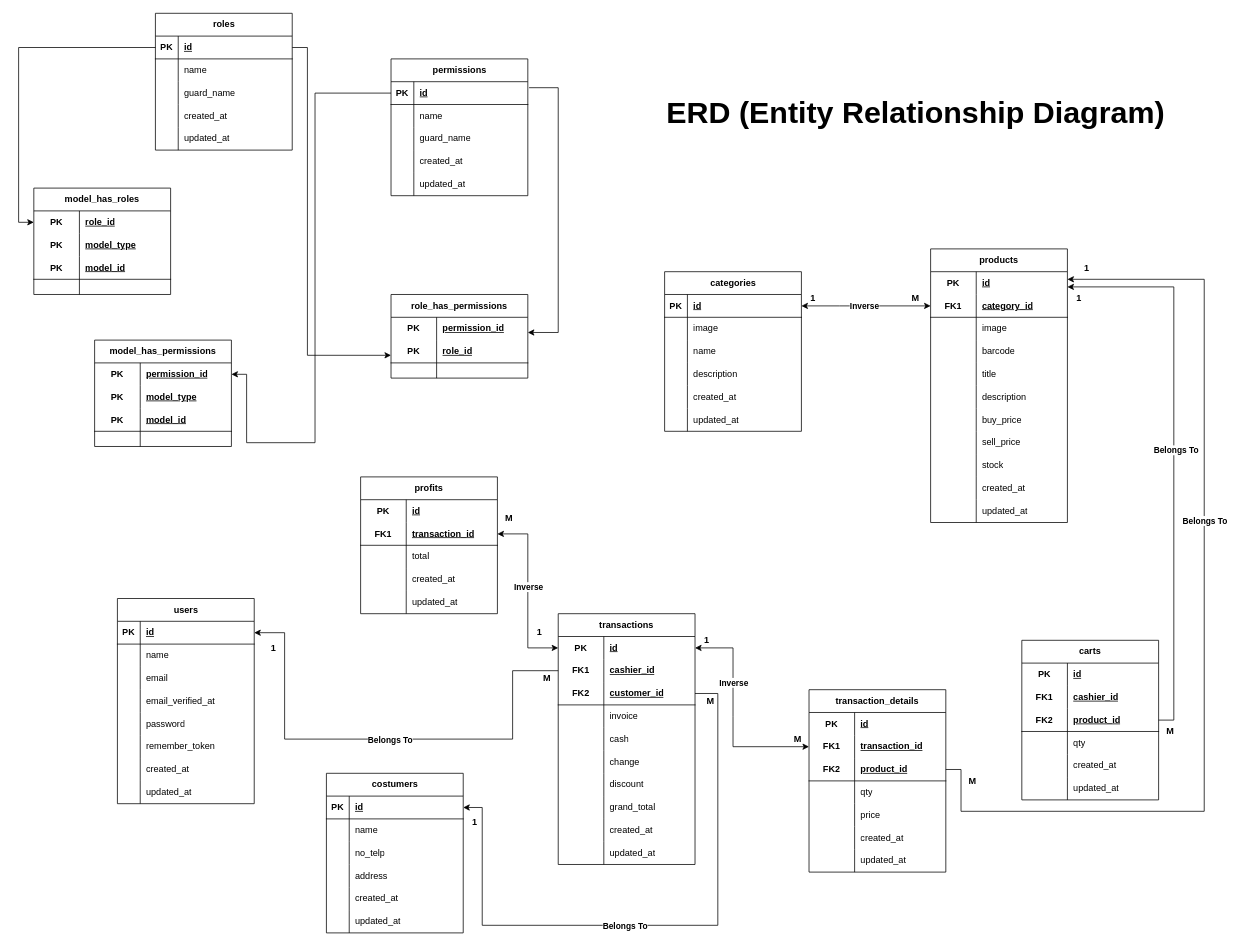
Earlier version of the draw.io diagram ERD Struktur Relasi Database.drawio (redhorivai/ERD-Entity-Relationship-Diagram). Source tidied: cells renumbered, new cells numbered last; positions are measured from the earlier drawing's top-left corner, leaving out a move shared by most shapes. Both pictures are drawn from the tidied source at 76%, with x=0, y=0 at pixel (33, 13).
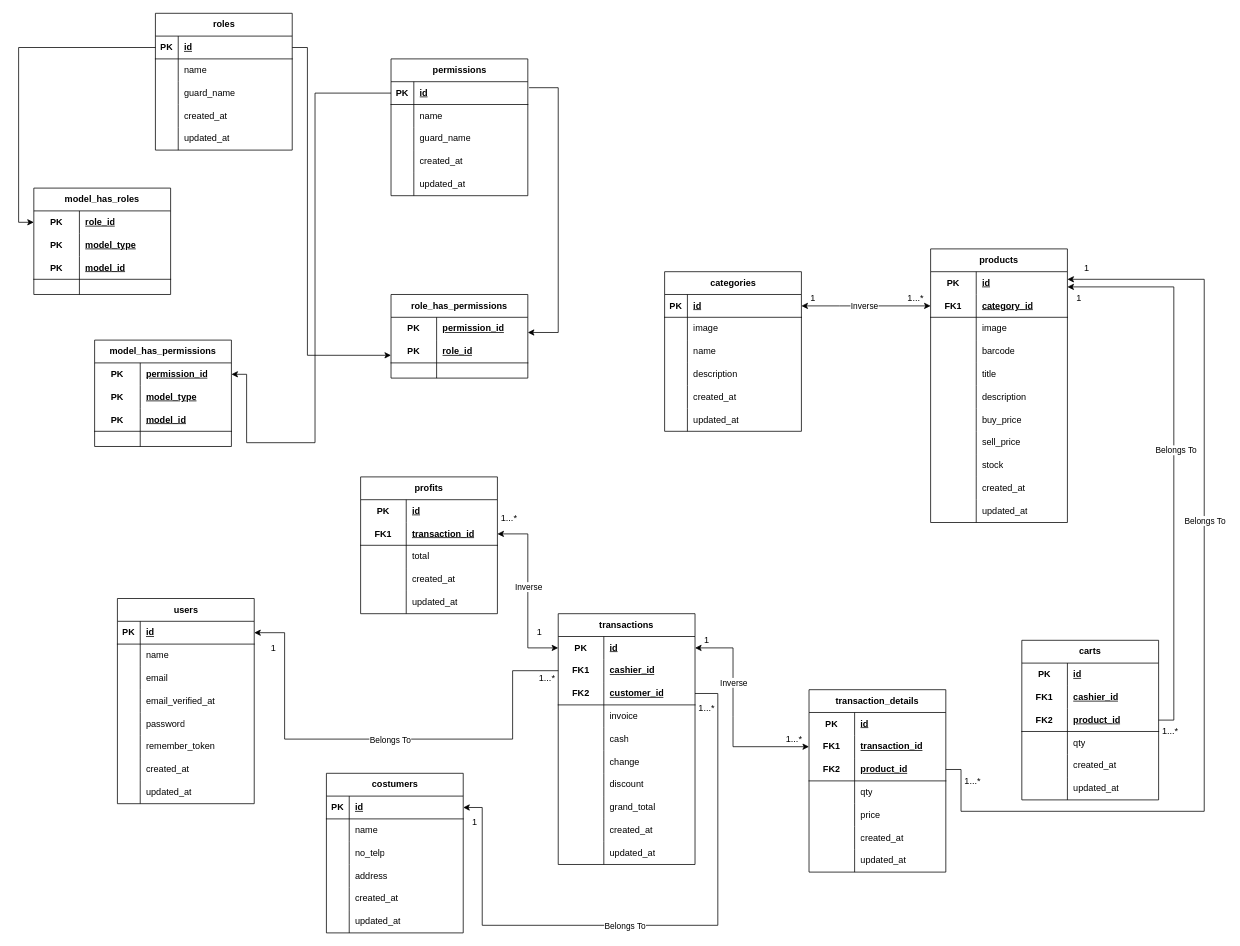
After the change.

Unchanged cells that the change refers to:
```xml
<mxCell id="55" style="endArrow=classic;startArrow=classic;html=1;rounded=0;exitX=1;exitY=0.5;exitDx=0;exitDy=0;entryX=0;entryY=0.5;entryDx=0;entryDy=0;" parent="1" edge="1" source="3" target="25">
  <mxGeometry relative="1" as="geometry">
    <Array as="points">
      <mxPoint x="1060" y="385" />
    </Array>
  </mxGeometry>
</mxCell>
<mxCell id="110" style="endArrow=classic;startArrow=classic;html=1;rounded=0;exitX=1;exitY=0.5;exitDx=0;exitDy=0;entryX=0;entryY=0.5;entryDx=0;entryDy=0;" parent="1" edge="1" source="80" target="61">
  <mxGeometry relative="1" as="geometry">
    <Array as="points">
      <mxPoint x="920" y="835" />
      <mxPoint x="920" y="925" />
      <mxPoint x="920" y="965" />
    </Array>
  </mxGeometry>
</mxCell>
<mxCell id="156" style="edgeStyle=orthogonalEdgeStyle;rounded=0;jettySize=auto;html=1;entryX=1;entryY=0.5;entryDx=0;entryDy=0;" parent="1" edge="1" source="86" target="113">
  <mxGeometry relative="1" as="geometry">
    <Array as="points">
      <mxPoint x="900" y="895" />
      <mxPoint x="900" y="1200" />
      <mxPoint x="590" y="1200" />
      <mxPoint x="590" y="1045" />
    </Array>
  </mxGeometry>
</mxCell>
<mxCell id="158" style="edgeStyle=orthogonalEdgeStyle;rounded=0;jettySize=auto;html=1;entryX=1;entryY=0.5;entryDx=0;entryDy=0;exitX=0;exitY=0.5;exitDx=0;exitDy=0;" parent="1" edge="1" source="83" target="132">
  <mxGeometry relative="1" as="geometry">
    <Array as="points">
      <mxPoint x="630" y="865" />
      <mxPoint x="630" y="955" />
      <mxPoint x="330" y="955" />
      <mxPoint x="330" y="815" />
    </Array>
  </mxGeometry>
</mxCell>
<mxCell id="179" style="edgeStyle=orthogonalEdgeStyle;rounded=0;jettySize=auto;html=1;exitX=1;exitY=0.5;exitDx=0;exitDy=0;" parent="1" edge="1" source="167" target="22">
  <mxGeometry relative="1" as="geometry">
    <Array as="points">
      <mxPoint x="1500" y="930" />
      <mxPoint x="1500" y="360" />
    </Array>
  </mxGeometry>
</mxCell>
<mxCell id="197" style="endArrow=classic;startArrow=classic;html=1;rounded=0;entryX=1;entryY=0.5;entryDx=0;entryDy=0;exitX=0;exitY=0.5;exitDx=0;exitDy=0;" parent="1" edge="1" source="80" target="185">
  <mxGeometry relative="1" as="geometry">
    <Array as="points">
      <mxPoint x="650" y="835" />
      <mxPoint x="650" y="685" />
    </Array>
  </mxGeometry>
</mxCell>
<mxCell id="199" style="edgeStyle=orthogonalEdgeStyle;rounded=0;jettySize=auto;html=1;exitX=1;exitY=0.5;exitDx=0;exitDy=0;" parent="1" edge="1" source="64" target="22">
  <mxGeometry relative="1" as="geometry">
    <Array as="points">
      <mxPoint x="1220" y="995" />
      <mxPoint x="1220" y="1050" />
      <mxPoint x="1540" y="1050" />
      <mxPoint x="1540" y="350" />
    </Array>
  </mxGeometry>
</mxCell>
```

What changed in the source:
```diff
@@
-    <mxCell id="56" value="&lt;b&gt;Inverse&lt;/b&gt;" style="edgeLabel;html=1;align=center;verticalAlign=middle;" parent="55" vertex="1">
+    <mxCell id="56" value="Inverse" style="edgeLabel;html=1;align=center;verticalAlign=middle;" parent="55" vertex="1">
       <mxGeometry x="-0.03" y="1" relative="1" as="geometry" />
     </mxCell>
@@
-    <mxCell id="111" value="&lt;b&gt;Inverse&lt;/b&gt;" style="edgeLabel;html=1;align=center;verticalAlign=middle;" parent="110" vertex="1">
+    <mxCell id="111" value="&lt;span&gt;Inverse&lt;/span&gt;" style="edgeLabel;html=1;align=center;verticalAlign=middle;fontStyle=0;" parent="110" vertex="1">
       <mxGeometry x="-0.24" y="-1" relative="1" as="geometry">
         <mxPoint x="1" y="-11" as="offset" />
       </mxGeometry>
     </mxCell>
@@
-    <mxCell id="157" value="&lt;b&gt;Belongs To&lt;/b&gt;" style="edgeLabel;html=1;align=center;verticalAlign=middle;" parent="156" vertex="1">
+    <mxCell id="157" value="Belongs To" style="edgeLabel;html=1;align=center;verticalAlign=middle;" parent="156" vertex="1">
       <mxGeometry x="0.11" y="1" relative="1" as="geometry" />
     </mxCell>
@@
-    <mxCell id="159" value="&lt;b&gt;Belongs To&lt;/b&gt;" style="edgeLabel;html=1;align=center;verticalAlign=middle;" parent="158" vertex="1">
+    <mxCell id="159" value="&lt;span&gt;Belongs To&lt;/span&gt;" style="edgeLabel;html=1;align=center;verticalAlign=middle;fontStyle=0;" parent="158" vertex="1">
       <mxGeometry x="-0.01" relative="1" as="geometry" />
     </mxCell>
@@
-    <mxCell id="180" value="&lt;b&gt;Belongs To&lt;/b&gt;" style="edgeLabel;html=1;align=center;verticalAlign=middle;" parent="179" vertex="1">
+    <mxCell id="180" value="&lt;span&gt;Belongs To&lt;/span&gt;" style="edgeLabel;html=1;align=center;verticalAlign=middle;fontStyle=0;" parent="179" vertex="1">
       <mxGeometry x="0.03" y="-2" relative="1" as="geometry" />
     </mxCell>
@@
-    <mxCell id="198" value="&lt;b&gt;Inverse&lt;/b&gt;" style="edgeLabel;html=1;align=center;verticalAlign=middle;" parent="197" vertex="1">
+    <mxCell id="198" value="&lt;span&gt;Inverse&lt;/span&gt;" style="edgeLabel;html=1;align=center;verticalAlign=middle;fontStyle=0;" parent="197" vertex="1">
       <mxGeometry x="0.05" relative="1" as="geometry" />
     </mxCell>
@@
-    <mxCell id="200" value="&lt;b&gt;Belongs To&lt;/b&gt;" style="edgeLabel;html=1;align=center;verticalAlign=middle;" parent="199" vertex="1">
+    <mxCell id="200" value="Belongs To" style="edgeLabel;html=1;align=center;verticalAlign=middle;" parent="199" vertex="1">
       <mxGeometry x="0.22" relative="1" as="geometry" />
     </mxCell>
@@
-    <mxCell id="273" value="&lt;b&gt;1&lt;/b&gt;" style="text;html=1;align=center;verticalAlign=middle;strokeColor=none;fillColor=none;" parent="1" vertex="1">
+    <mxCell id="273" value="&lt;span&gt;1&lt;/span&gt;" style="text;html=1;align=center;verticalAlign=middle;strokeColor=none;fillColor=none;fontStyle=0;" parent="1" vertex="1">
       <mxGeometry x="1010" y="360" width="30" height="30" as="geometry" />
     </mxCell>
-    <mxCell id="274" value="&lt;b&gt;M&lt;/b&gt;" style="text;html=1;align=center;verticalAlign=middle;strokeColor=none;fillColor=none;" parent="1" vertex="1">
-      <mxGeometry x="1145" y="360" width="30" height="30" as="geometry" />
+    <mxCell id="274" value="1...*" style="text;html=1;align=center;verticalAlign=middle;strokeColor=none;fillColor=none;" parent="1" vertex="1">
+      <mxGeometry x="1140" y="360" width="40" height="30" as="geometry" />
     </mxCell>
-    <mxCell id="275" value="1" style="text;html=1;align=center;verticalAlign=middle;strokeColor=none;fillColor=none;fontStyle=1;" parent="1" vertex="1">
+    <mxCell id="275" value="1" style="text;html=1;align=center;verticalAlign=middle;strokeColor=none;fillColor=none;fontStyle=0;" parent="1" vertex="1">
       <mxGeometry x="870" y="810" width="30" height="30" as="geometry" />
     </mxCell>
-    <mxCell id="276" value="&lt;b&gt;M&lt;/b&gt;" style="text;html=1;align=center;verticalAlign=middle;strokeColor=none;fillColor=none;" parent="1" vertex="1">
-      <mxGeometry x="990" y="940" width="30" height="30" as="geometry" />
+    <mxCell id="276" value="1...*" style="text;html=1;align=center;verticalAlign=middle;strokeColor=none;fillColor=none;" parent="1" vertex="1">
+      <mxGeometry x="980" y="940" width="40" height="30" as="geometry" />
     </mxCell>
-    <mxCell id="277" value="&lt;b&gt;M&lt;/b&gt;" style="text;html=1;align=center;verticalAlign=middle;strokeColor=none;fillColor=none;" parent="1" vertex="1">
-      <mxGeometry x="875" y="890" width="30" height="30" as="geometry" />
+    <mxCell id="277" value="1...*" style="text;html=1;align=center;verticalAlign=middle;strokeColor=none;fillColor=none;" parent="1" vertex="1">
+      <mxGeometry x="865" y="900" width="40" height="30" as="geometry" />
     </mxCell>
-    <mxCell id="278" value="&lt;b&gt;1&lt;/b&gt;" style="text;html=1;align=center;verticalAlign=middle;strokeColor=none;fillColor=none;" parent="1" vertex="1">
+    <mxCell id="278" value="1" style="text;html=1;align=center;verticalAlign=middle;strokeColor=none;fillColor=none;" parent="1" vertex="1">
       <mxGeometry x="565" y="1050" width="30" height="30" as="geometry" />
     </mxCell>
-    <mxCell id="279" value="&lt;b&gt;M&lt;/b&gt;" style="text;html=1;align=center;verticalAlign=middle;strokeColor=none;fillColor=none;" parent="1" vertex="1">
-      <mxGeometry x="660" y="860" width="30" height="30" as="geometry" />
+    <mxCell id="279" value="1...*" style="text;html=1;align=center;verticalAlign=middle;strokeColor=none;fillColor=none;" parent="1" vertex="1">
+      <mxGeometry x="655" y="860" width="40" height="30" as="geometry" />
     </mxCell>
-    <mxCell id="280" value="&lt;b&gt;1&lt;/b&gt;" style="text;html=1;align=center;verticalAlign=middle;strokeColor=none;fillColor=none;" parent="1" vertex="1">
+    <mxCell id="280" value="&lt;span&gt;1&lt;/span&gt;" style="text;html=1;align=center;verticalAlign=middle;strokeColor=none;fillColor=none;fontStyle=0;" parent="1" vertex="1">
       <mxGeometry x="300" y="820" width="30" height="30" as="geometry" />
     </mxCell>
-    <mxCell id="281" value="&lt;b&gt;1&lt;/b&gt;" style="text;html=1;align=center;verticalAlign=middle;strokeColor=none;fillColor=none;" parent="1" vertex="1">
+    <mxCell id="281" value="1" style="text;html=1;align=center;verticalAlign=middle;strokeColor=none;fillColor=none;" parent="1" vertex="1">
       <mxGeometry x="1360" y="360" width="30" height="30" as="geometry" />
     </mxCell>
-    <mxCell id="282" value="&lt;b&gt;M&lt;/b&gt;" style="text;html=1;align=center;verticalAlign=middle;strokeColor=none;fillColor=none;" parent="1" vertex="1">
-      <mxGeometry x="1480" y="930" width="30" height="30" as="geometry" />
+    <mxCell id="282" value="1...*" style="text;html=1;align=center;verticalAlign=middle;strokeColor=none;fillColor=none;" parent="1" vertex="1">
+      <mxGeometry x="1475" y="930" width="40" height="30" as="geometry" />
     </mxCell>
-    <mxCell id="283" value="1" style="text;html=1;align=center;verticalAlign=middle;strokeColor=none;fillColor=none;fontStyle=1;" parent="1" vertex="1">
+    <mxCell id="283" value="1" style="text;html=1;align=center;verticalAlign=middle;strokeColor=none;fillColor=none;fontStyle=0;" parent="1" vertex="1">
       <mxGeometry x="650" y="800" width="30" height="30" as="geometry" />
     </mxCell>
-    <mxCell id="284" value="&lt;b&gt;M&lt;/b&gt;" style="text;html=1;align=center;verticalAlign=middle;strokeColor=none;fillColor=none;" parent="1" vertex="1">
-      <mxGeometry x="610" y="650" width="30" height="30" as="geometry" />
+    <mxCell id="284" value="1...*" style="text;html=1;align=center;verticalAlign=middle;strokeColor=none;fillColor=none;" parent="1" vertex="1">
+      <mxGeometry x="605" y="650" width="40" height="30" as="geometry" />
     </mxCell>
-    <mxCell id="285" value="&lt;b&gt;M&lt;/b&gt;" style="text;html=1;align=center;verticalAlign=middle;strokeColor=none;fillColor=none;" parent="1" vertex="1">
-      <mxGeometry x="1220" y="995" width="30" height="30" as="geometry" />
+    <mxCell id="285" value="1...*" style="text;html=1;align=center;verticalAlign=middle;strokeColor=none;fillColor=none;" parent="1" vertex="1">
+      <mxGeometry x="1215" y="995" width="40" height="30" as="geometry" />
     </mxCell>
-    <mxCell id="286" value="&lt;b&gt;1&lt;/b&gt;" style="text;html=1;align=center;verticalAlign=middle;strokeColor=none;fillColor=none;" parent="1" vertex="1">
+    <mxCell id="286" value="1" style="text;html=1;align=center;verticalAlign=middle;strokeColor=none;fillColor=none;" parent="1" vertex="1">
       <mxGeometry x="1370" y="320" width="30" height="30" as="geometry" />
     </mxCell>
-    <mxCell id="287" value="&lt;font style=&quot;font-size: 40px;&quot;&gt;&lt;b&gt;ERD (Entity Relationship Diagram)&lt;/b&gt;&lt;/font&gt;" style="text;html=1;align=center;verticalAlign=middle;strokeColor=none;fillColor=none;" parent="1" vertex="1">
-      <mxGeometry x="820" y="100" width="680" height="60" as="geometry" />
-    </mxCell>
```
